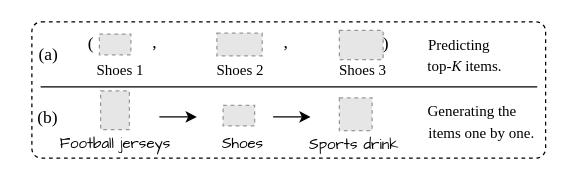
Above: issue2.drawio in wenqisun/data (draw.io), before the change. Source tidied: cells renumbered, new cells numbered last; positions are measured from the earlier drawing's top-left corner, leaving out a move shared by most shapes. Both pictures are drawn from the tidied source at 125%, with x=0, y=0 at pixel (21, 21). Pictures stored in the file or linked from it are replaced by grey dashed boxes.
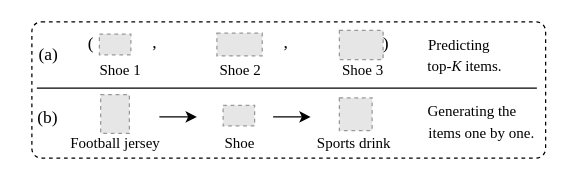
Above is the later version.

Change to the diagram source:
```diff
@@
     <mxCell id="3" style="fillColor=#E6E6E6;strokeColor=#999999;dashed=1;verticalLabelPosition=bottom;verticalAlign=top;" parent="1" vertex="1">
-      <mxGeometry x="63" y="55.1" width="23" height="31.1" as="geometry" />
+      <mxGeometry x="63" y="58.1" width="23" height="31.1" as="geometry" />
     </mxCell>
-    <mxCell id="4" value="&lt;font face=&quot;Comic Sans MS&quot; style=&quot;font-size: 12px;&quot;&gt;Football jerseys&lt;/font&gt;" style="text;strokeColor=none;align=center;fillColor=none;html=1;verticalAlign=middle;whiteSpace=wrap;rounded=0;" parent="1" vertex="1">
+    <mxCell id="4" value="&lt;font face=&quot;Times New Roman&quot; style=&quot;font-size: 12px;&quot;&gt;Football jersey&lt;/font&gt;" style="text;strokeColor=none;align=center;fillColor=none;html=1;verticalAlign=middle;whiteSpace=wrap;rounded=0;" parent="1" vertex="1">
       <mxGeometry x="9.5" y="82.2" width="130" height="30" as="geometry" />
     </mxCell>
-    <mxCell id="5" value="&lt;font face=&quot;Comic Sans MS&quot; style=&quot;font-size: 12px;&quot;&gt;Shoes&lt;/font&gt;" style="text;strokeColor=none;align=center;fillColor=none;html=1;verticalAlign=middle;whiteSpace=wrap;rounded=0;" parent="1" vertex="1">
-      <mxGeometry x="126.5" y="82.2" width="100.4" height="30" as="geometry" />
+    <mxCell id="5" value="&lt;font face=&quot;Times New Roman&quot; style=&quot;font-size: 12px;&quot;&gt;Shoe&lt;/font&gt;" style="text;strokeColor=none;align=center;fillColor=none;html=1;verticalAlign=middle;whiteSpace=wrap;rounded=0;" parent="1" vertex="1">
+      <mxGeometry x="136" y="82.2" width="76.9" height="30" as="geometry" />
     </mxCell>
-    <mxCell id="6" value="&lt;font face=&quot;Comic Sans MS&quot; style=&quot;font-size: 12px;&quot;&gt;Sports drink&lt;/font&gt;" style="text;strokeColor=none;align=center;fillColor=none;html=1;verticalAlign=middle;whiteSpace=wrap;rounded=0;" parent="1" vertex="1">
-      <mxGeometry x="216" y="83" width="100.4" height="30" as="geometry" />
+    <mxCell id="6" value="&lt;font face=&quot;Times New Roman&quot; style=&quot;font-size: 12px;&quot;&gt;Sports drink&lt;/font&gt;" style="text;strokeColor=none;align=center;fillColor=none;html=1;verticalAlign=middle;whiteSpace=wrap;rounded=0;" parent="1" vertex="1">
+      <mxGeometry x="216" y="82" width="100.4" height="30" as="geometry" />
     </mxCell>
@@
-    <mxCell id="11" value="&lt;font face=&quot;Times New Roman&quot; style=&quot;font-size: 12px;&quot;&gt;Shoes 1&lt;/font&gt;" style="text;strokeColor=none;align=center;fillColor=none;html=1;verticalAlign=middle;whiteSpace=wrap;rounded=0;" parent="1" vertex="1">
+    <mxCell id="11" value="&lt;font face=&quot;Times New Roman&quot; style=&quot;font-size: 12px;&quot;&gt;Shoe 1&lt;/font&gt;" style="text;strokeColor=none;align=center;fillColor=none;html=1;verticalAlign=middle;whiteSpace=wrap;rounded=0;" parent="1" vertex="1">
       <mxGeometry x="29" y="24" width="100.4" height="30" as="geometry" />
     </mxCell>
@@
-    <mxCell id="13" value="&lt;font face=&quot;Times New Roman&quot; style=&quot;font-size: 12px;&quot;&gt;Shoes 2&lt;/font&gt;" style="text;strokeColor=none;align=center;fillColor=none;html=1;verticalAlign=middle;whiteSpace=wrap;rounded=0;" parent="1" vertex="1">
+    <mxCell id="13" value="&lt;font face=&quot;Times New Roman&quot; style=&quot;font-size: 12px;&quot;&gt;Shoe 2&lt;/font&gt;" style="text;strokeColor=none;align=center;fillColor=none;html=1;verticalAlign=middle;whiteSpace=wrap;rounded=0;" parent="1" vertex="1">
       <mxGeometry x="125.4" y="24" width="100.4" height="30" as="geometry" />
     </mxCell>
-    <mxCell id="14" value="&lt;font face=&quot;Times New Roman&quot; style=&quot;font-size: 12px;&quot;&gt;Shoes 3&lt;/font&gt;" style="text;strokeColor=none;align=center;fillColor=none;html=1;verticalAlign=middle;whiteSpace=wrap;rounded=0;" parent="1" vertex="1">
+    <mxCell id="14" value="&lt;font face=&quot;Times New Roman&quot; style=&quot;font-size: 12px;&quot;&gt;Shoe 3&lt;/font&gt;" style="text;strokeColor=none;align=center;fillColor=none;html=1;verticalAlign=middle;whiteSpace=wrap;rounded=0;" parent="1" vertex="1">
       <mxGeometry x="222.9" y="24" width="100.4" height="30" as="geometry" />
     </mxCell>
@@
     <mxCell id="19" style="endArrow=none;html=1;rounded=0;fontFamily=Comic Sans MS;fontSize=12;entryX=0.902;entryY=0.889;entryDx=0;entryDy=0;entryPerimeter=0;" parent="1" edge="1">
       <mxGeometry relative="1" as="geometry">
-        <mxPoint x="15" y="52" as="sourcePoint" />
-        <mxPoint x="412.3" y="52" as="targetPoint" />
+        <mxPoint x="12" y="53" as="sourcePoint" />
+        <mxPoint x="412" y="53" as="targetPoint" />
       </mxGeometry>
     </mxCell>
```
